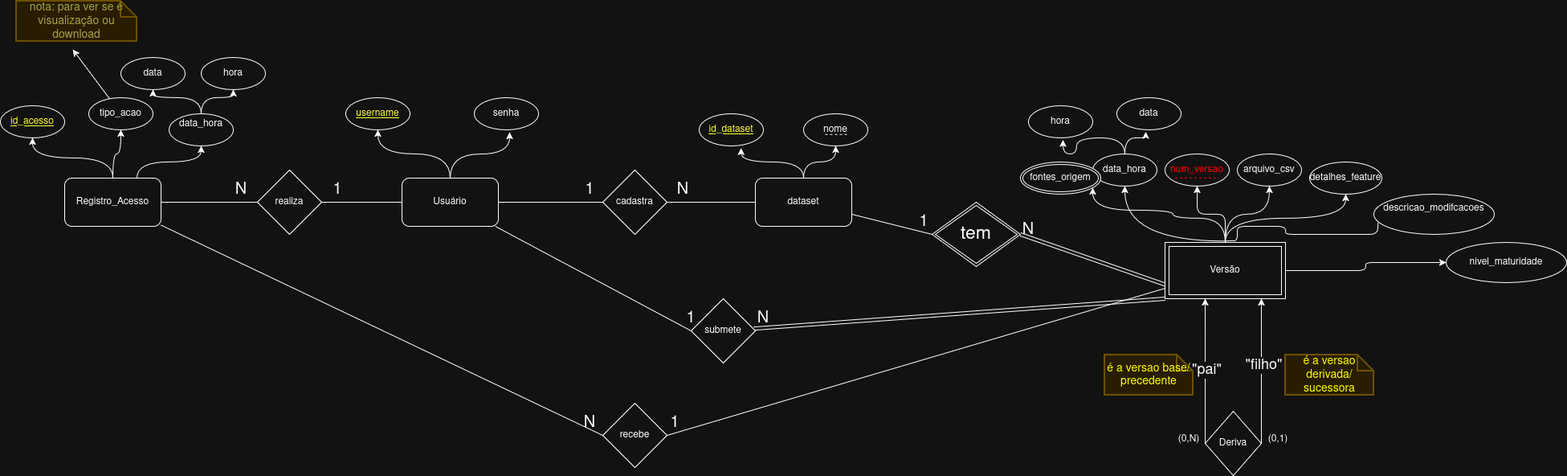
This is docs/Diagrama_ER_ProjetoFeatureStore.png from NicohOliveira/db-project-feature-store, a draw.io export, as it was before one commit. Source tidied: cells renumbered, new cells last; positions are measured from the earlier drawing's top-left corner, leaving out a move shared by most shapes.
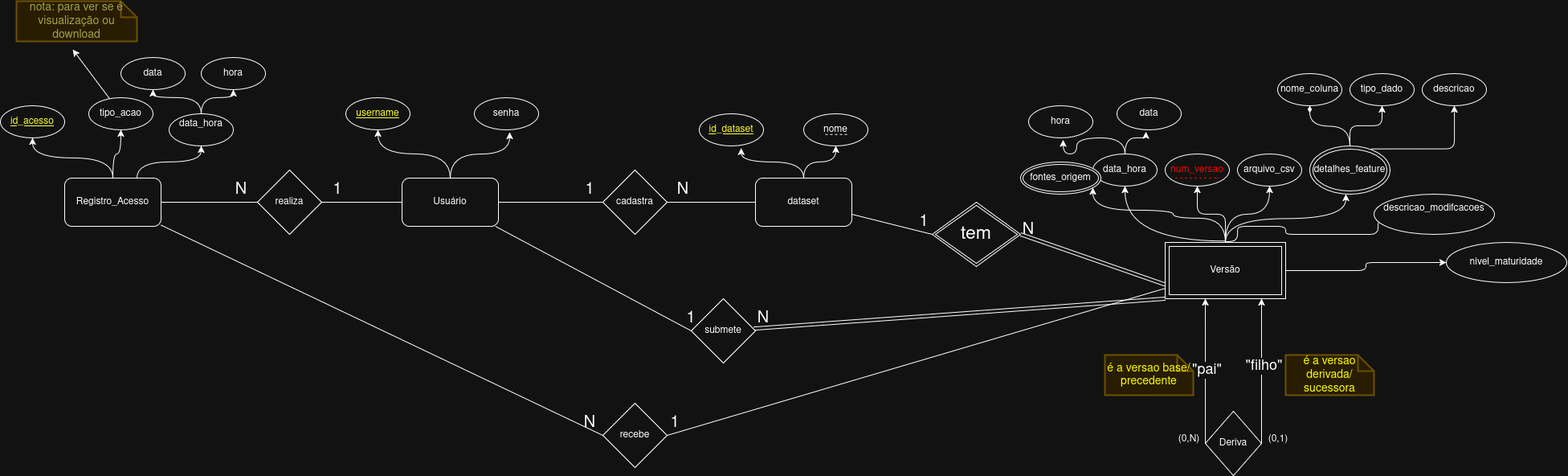
Above is the later version.

Commit message:
docs: diagramas atualizados com novo atributo multivalorado par afeature

Change to the diagram source:
```diff
@@ -71,8 +71,10 @@
     <mxCell id="24" style="edgeStyle=orthogonalEdgeStyle;rounded=0;jettySize=auto;html=1;entryX=0.5;entryY=1;entryDx=0;entryDy=0;curved=1;" parent="1" edge="1" source="31" target="15">
       <mxGeometry relative="1" as="geometry" />
     </mxCell>
-    <mxCell id="25" style="edgeStyle=orthogonalEdgeStyle;rounded=0;jettySize=auto;html=1;exitX=0.5;exitY=0;exitDx=0;exitDy=0;entryX=0.5;entryY=1;entryDx=0;entryDy=0;curved=1;" parent="1" edge="1" source="31" target="34">
-      <mxGeometry relative="1" as="geometry" />
+    <mxCell id="25" style="edgeStyle=orthogonalEdgeStyle;rounded=0;jettySize=auto;html=1;exitX=0.5;exitY=0;exitDx=0;exitDy=0;entryX=0.5;entryY=1;entryDx=0;entryDy=0;curved=1;" parent="1" edge="1" source="31">
+      <mxGeometry relative="1" as="geometry">
+        <mxPoint x="1675" y="240" as="targetPoint" />
+      </mxGeometry>
     </mxCell>
     <mxCell id="26" style="edgeStyle=orthogonalEdgeStyle;rounded=0;jettySize=auto;html=1;curved=1;" parent="1" edge="1" source="31" target="35">
       <mxGeometry relative="1" as="geometry">
@@ -115,9 +117,6 @@
     <mxCell id="33" style="edgeStyle=orthogonalEdgeStyle;rounded=0;jettySize=auto;html=1;entryX=0.451;entryY=1.059;entryDx=0;entryDy=0;entryPerimeter=0;curved=1;" parent="1" edge="1" source="16" target="17">
       <mxGeometry relative="1" as="geometry" />
     </mxCell>
-    <mxCell id="34" value="detalhes_feature" style="ellipse;whiteSpace=wrap;html=1;fontStyle=0;" parent="1" vertex="1">
-      <mxGeometry x="1630" y="200" width="90" height="40" as="geometry" />
-    </mxCell>
     <mxCell id="35" value="fontes_origem" style="ellipse;shape=doubleEllipse;margin=3;whiteSpace=wrap;html=1;align=center;" parent="1" vertex="1">
       <mxGeometry x="1270" y="200" width="100" height="40" as="geometry" />
     </mxCell>
@@ -272,5 +271,28 @@
         <mxPoint x="1057" y="165.7" as="targetPoint" />
       </mxGeometry>
     </mxCell>
+    <mxCell id="80" style="edgeStyle=orthogonalEdgeStyle;rounded=0;jettySize=auto;html=1;endArrow=diamondThin;endFill=1;curved=1;" parent="1" edge="1" source="34">
+      <mxGeometry relative="1" as="geometry">
+        <mxPoint x="1630" y="130" as="targetPoint" />
+      </mxGeometry>
+    </mxCell>
+    <mxCell id="81" style="edgeStyle=orthogonalEdgeStyle;rounded=1;jettySize=auto;html=1;entryX=0.5;entryY=1;entryDx=0;entryDy=0;curved=0;" parent="1" edge="1" source="34" target="84">
+      <mxGeometry relative="1" as="geometry" />
+    </mxCell>
+    <mxCell id="82" style="edgeStyle=orthogonalEdgeStyle;rounded=1;jettySize=auto;html=1;curved=0;exitX=0.764;exitY=0.063;exitDx=0;exitDy=0;exitPerimeter=0;" parent="1" edge="1" source="34" target="85">
+      <mxGeometry relative="1" as="geometry" />
+    </mxCell>
+    <mxCell id="34" value="detalhes_feature" style="ellipse;shape=doubleEllipse;whiteSpace=wrap;html=1;" parent="1" vertex="1">
+      <mxGeometry x="1630" y="180" width="100" height="60" as="geometry" />
+    </mxCell>
+    <mxCell id="83" value="nome_coluna" style="ellipse;whiteSpace=wrap;html=1;fontStyle=0;" parent="1" vertex="1">
+      <mxGeometry x="1590" y="90" width="80" height="40" as="geometry" />
+    </mxCell>
+    <mxCell id="84" value="tipo_dado" style="ellipse;whiteSpace=wrap;html=1;fontStyle=0;" parent="1" vertex="1">
+      <mxGeometry x="1680" y="90" width="80" height="40" as="geometry" />
+    </mxCell>
+    <mxCell id="85" value="descricao" style="ellipse;whiteSpace=wrap;html=1;fontStyle=0;" parent="1" vertex="1">
+      <mxGeometry x="1770" y="90" width="80" height="40" as="geometry" />
+    </mxCell>
   </root>
 </mxGraphModel>
```
